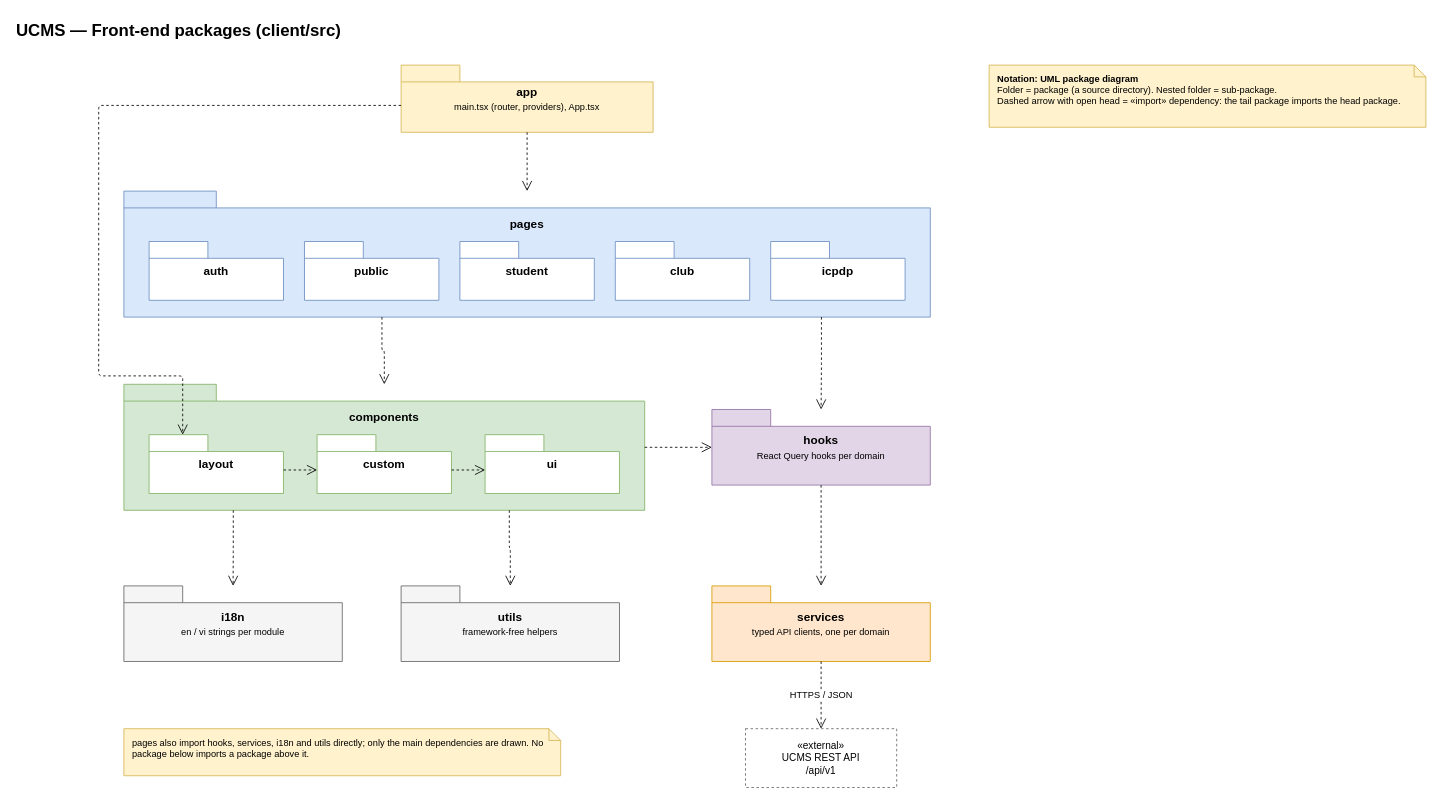
The draw.io diagram page "Front-end packages" (1 of 2) of docs/03-diagrams/UCMS_Package_Diagrams.drawio in nvdekay/ClubManagementSystem, before the edit. Source tidied: cells renumbered, new cells numbered last; positions are measured from the earlier drawing's top-left corner, leaving out a move shared by most shapes. Both pictures are drawn from the tidied source at 84%, with x=0, y=0 at pixel (14, 14).
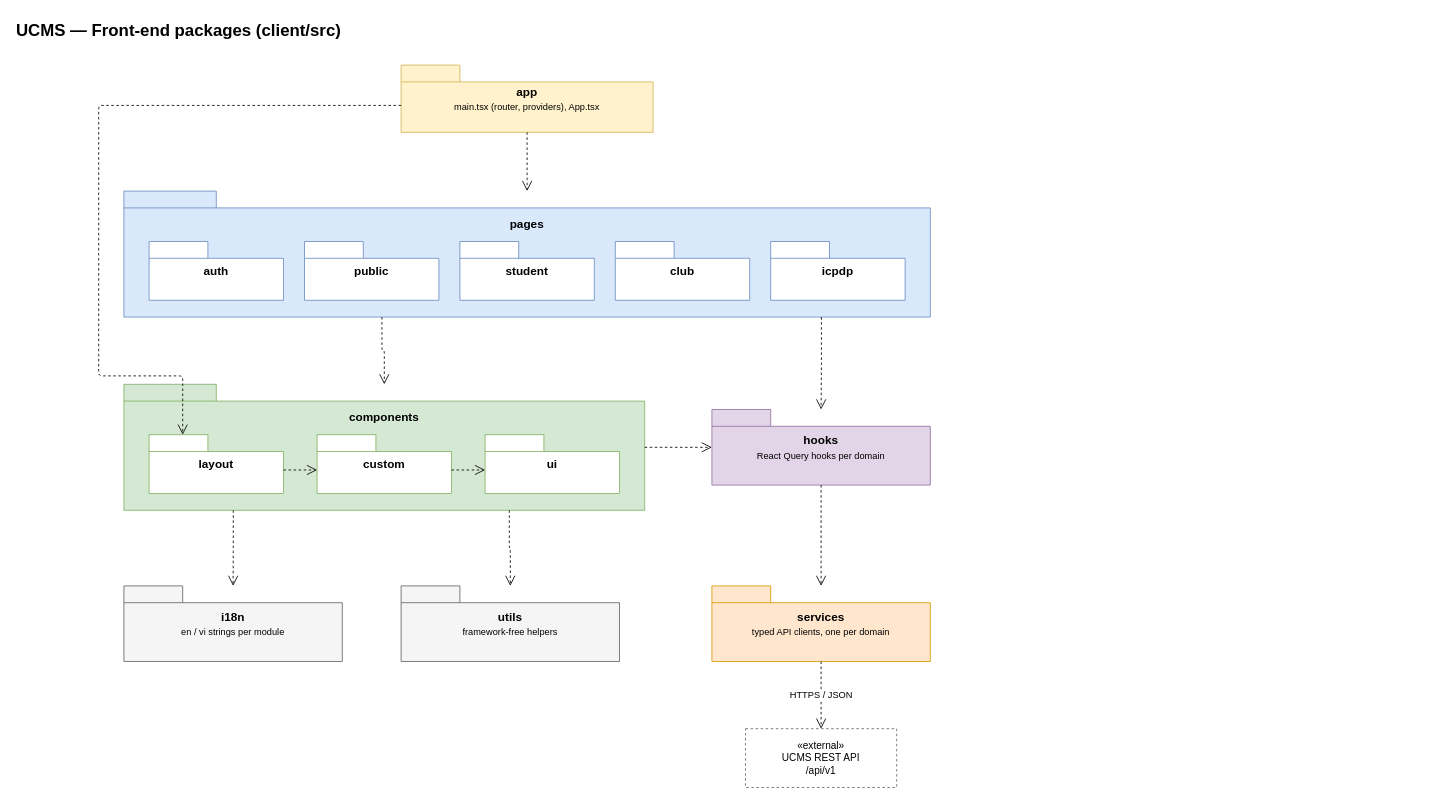
The same diagram, later.

Commit message (it also covers changes not shown here):
docs(diagrams): drop the corner notes from the package diagrams

Diff of the diagram source:
```diff
@@
-    <mxCell id="30" value="pages also import hooks, services, i18n and utils directly; only the main dependencies are drawn. No package below imports a package above it." style="shape=note;size=14;whiteSpace=wrap;html=1;align=left;verticalAlign=top;spacingLeft=8;spacingTop=4;fontSize=11;fillColor=#fff2cc;strokeColor=#d6b656;" parent="1" vertex="1">
-      <mxGeometry x="130" y="850" width="520" height="56" as="geometry" />
-    </mxCell>
-    <mxCell id="31" value="&lt;b&gt;Notation: UML package diagram&lt;/b&gt;&lt;br&gt;Folder = package (a source directory). Nested folder = sub-package.&lt;br&gt;Dashed arrow with open head = «import» dependency: the tail package imports the head package." style="shape=note;size=14;whiteSpace=wrap;html=1;align=left;verticalAlign=top;spacingLeft=8;spacingTop=4;fontSize=11;fillColor=#fff2cc;strokeColor=#d6b656;" parent="1" vertex="1">
-      <mxGeometry x="1160" y="60" width="520" height="74" as="geometry" />
-    </mxCell>
```
